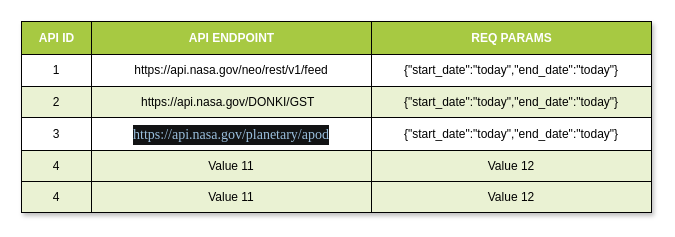
The draw.io diagram page "API Endpoints" (8 of 8) of Design/HDD.drawio in Sairam0613/AstroSight-DE, before the edit. Source tidied: cells renumbered, new cells numbered last; positions are measured from the earlier drawing's top-left corner, leaving out a move shared by most shapes. Both pictures are drawn from the tidied source at 100%, with x=0, y=0 at pixel (21, 21).
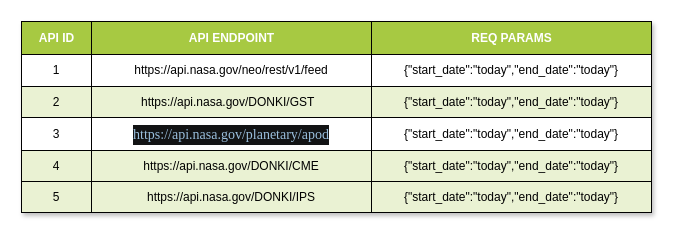
The same page after the edit.

The change refers to these unchanged cells:
```xml
<mxCell id="19" style="shape=tableRow;horizontal=0;startSize=0;swimlaneHead=0;swimlaneBody=0;top=0;left=0;bottom=0;right=0;fontStyle=1;strokeColor=inherit;fillColor=#EAF2D3;" parent="2" vertex="1">
  <mxGeometry y="129" width="630" height="31" as="geometry" />
</mxCell>
<mxCell id="23" style="shape=tableRow;horizontal=0;startSize=0;swimlaneHead=0;swimlaneBody=0;top=0;left=0;bottom=0;right=0;fontStyle=1;strokeColor=inherit;fillColor=#EAF2D3;" parent="2" vertex="1">
  <mxGeometry y="160" width="630" height="31" as="geometry" />
</mxCell>
```

What changed in the source:
```diff
@@
-    <mxCell id="21" value="Value 11" style="strokeColor=inherit;fillColor=inherit;whiteSpace=wrap;html=1;" parent="19" vertex="1">
+    <mxCell id="21" value="https://api.nasa.gov/DONKI/CME" style="strokeColor=inherit;fillColor=inherit;whiteSpace=wrap;html=1;" parent="19" vertex="1">
       <mxGeometry x="70" width="280" height="31" as="geometry" />
     </mxCell>
-    <mxCell id="22" value="Value 12" style="strokeColor=inherit;fillColor=inherit;whiteSpace=wrap;html=1;" parent="19" vertex="1">
+    <mxCell id="22" value="{&quot;start_date&quot;:&quot;today&quot;,&quot;end_date&quot;:&quot;today&quot;}" style="strokeColor=inherit;fillColor=inherit;whiteSpace=wrap;html=1;" parent="19" vertex="1">
       <mxGeometry x="350" width="280" height="31" as="geometry" />
     </mxCell>
@@
-    <mxCell id="24" value="4" style="strokeColor=inherit;fillColor=inherit;whiteSpace=wrap;html=1;" parent="23" vertex="1">
+    <mxCell id="24" value="5" style="strokeColor=inherit;fillColor=inherit;whiteSpace=wrap;html=1;" parent="23" vertex="1">
       <mxGeometry width="70" height="31" as="geometry" />
     </mxCell>
-    <mxCell id="25" value="Value 11" style="strokeColor=inherit;fillColor=inherit;whiteSpace=wrap;html=1;" parent="23" vertex="1">
+    <mxCell id="25" value="https://api.nasa.gov/DONKI/IPS" style="strokeColor=inherit;fillColor=inherit;whiteSpace=wrap;html=1;" parent="23" vertex="1">
       <mxGeometry x="70" width="280" height="31" as="geometry" />
     </mxCell>
-    <mxCell id="26" value="Value 12" style="strokeColor=inherit;fillColor=inherit;whiteSpace=wrap;html=1;" parent="23" vertex="1">
+    <mxCell id="26" value="{&quot;start_date&quot;:&quot;today&quot;,&quot;end_date&quot;:&quot;today&quot;}" style="strokeColor=inherit;fillColor=inherit;whiteSpace=wrap;html=1;" parent="23" vertex="1">
       <mxGeometry x="350" width="280" height="31" as="geometry" />
     </mxCell>
```
